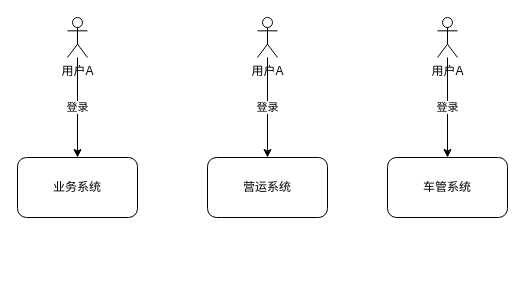
Above: 历史系统.drawio in ammengke/my-drawio (draw.io), before the change. Source tidied: cells renumbered, new cells numbered last; positions are measured from the earlier drawing's top-left corner, leaving out a move shared by most shapes. Both pictures are drawn from the tidied source at 100%, with x=0, y=0 at pixel (17, 17).
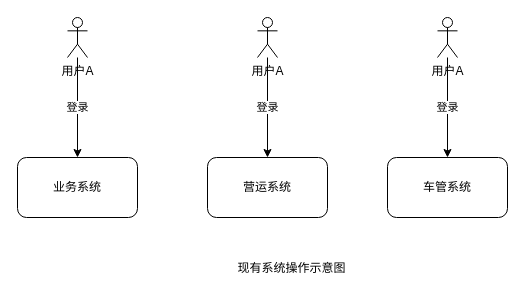
Above is the later version.

Change to the diagram source:
```diff
@@
 <mxGraphModel>
   <root>
     <mxCell id="0" />
     <mxCell id="1" parent="0" />
     <mxCell id="2" value="登录&lt;br&gt;" style="edgeStyle=orthogonalEdgeStyle;rounded=0;jettySize=auto;html=1;" parent="1" edge="1" source="3" target="4">
       <mxGeometry relative="1" as="geometry" />
     </mxCell>
     <mxCell id="3" value="用户A" style="shape=umlActor;verticalLabelPosition=bottom;verticalAlign=top;html=1;outlineConnect=0;" parent="1" vertex="1">
       <mxGeometry x="50" width="20" height="40" as="geometry" />
     </mxCell>
     <mxCell id="4" value="业务系统" style="rounded=1;whiteSpace=wrap;html=1;" parent="1" vertex="1">
       <mxGeometry y="140" width="120" height="60" as="geometry" />
     </mxCell>
     <mxCell id="5" value="登录&lt;br&gt;" style="edgeStyle=orthogonalEdgeStyle;rounded=0;jettySize=auto;html=1;" parent="1" edge="1" source="6" target="7">
       <mxGeometry relative="1" as="geometry">
         <Array as="points">
           <mxPoint x="250" y="90" />
           <mxPoint x="250" y="90" />
         </Array>
       </mxGeometry>
     </mxCell>
     <mxCell id="6" value="用户A" style="shape=umlActor;verticalLabelPosition=bottom;verticalAlign=top;html=1;outlineConnect=0;" parent="1" vertex="1">
       <mxGeometry x="240" width="20" height="40" as="geometry" />
     </mxCell>
     <mxCell id="7" value="营运系统" style="rounded=1;whiteSpace=wrap;html=1;" parent="1" vertex="1">
       <mxGeometry x="190" y="140" width="120" height="60" as="geometry" />
     </mxCell>
     <mxCell id="8" value="登录" style="edgeStyle=orthogonalEdgeStyle;rounded=0;jettySize=auto;html=1;" parent="1" edge="1" source="9" target="10">
       <mxGeometry relative="1" as="geometry" />
     </mxCell>
     <mxCell id="9" value="用户A" style="shape=umlActor;verticalLabelPosition=bottom;verticalAlign=top;html=1;outlineConnect=0;" parent="1" vertex="1">
       <mxGeometry x="420" width="20" height="40" as="geometry" />
     </mxCell>
     <mxCell id="10" value="车管系统" style="rounded=1;whiteSpace=wrap;html=1;" parent="1" vertex="1">
       <mxGeometry x="370" y="140" width="120" height="60" as="geometry" />
     </mxCell>
+    <mxCell id="11" value="现有系统操作示意图" style="text;html=1;strokeColor=none;fillColor=none;align=center;verticalAlign=middle;whiteSpace=wrap;rounded=0;" parent="1" vertex="1">
+      <mxGeometry x="211" y="236" width="127" height="30" as="geometry" />
+    </mxCell>
   </root>
 </mxGraphModel>
```
